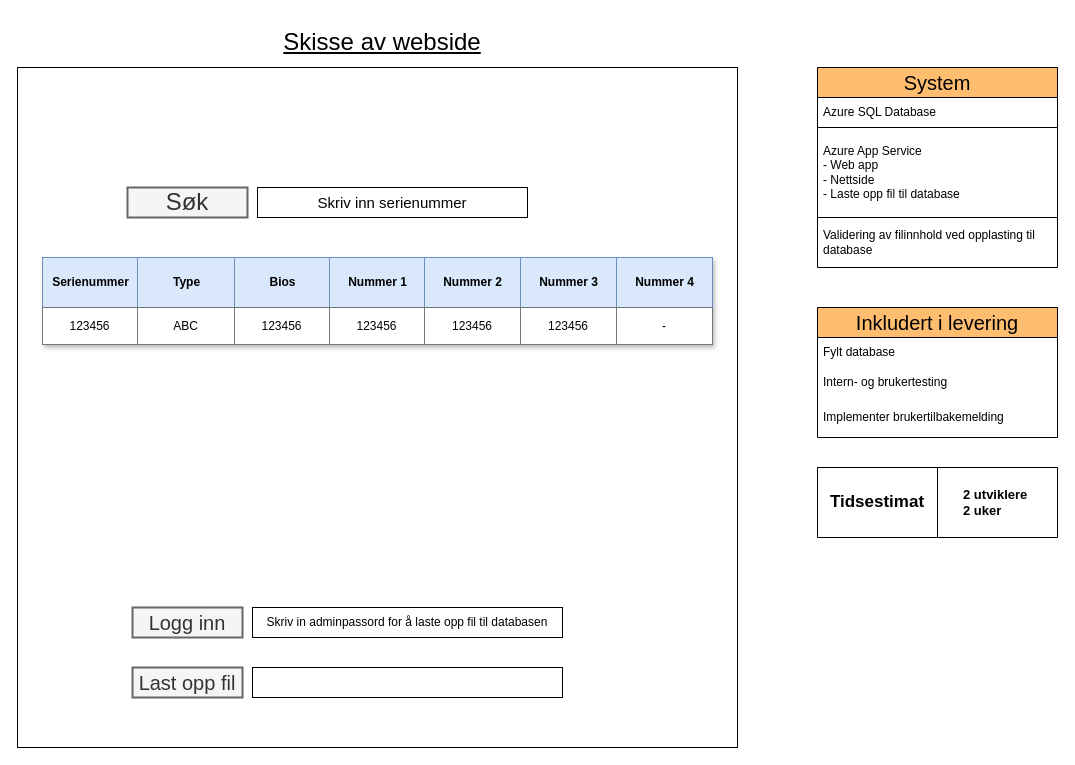
Earlier version of the draw.io diagram Forsvaret_interface.drawio (MathiasThoresenPaasche/draw_io). Source tidied: cells renumbered, new cells numbered last; positions are measured from the earlier drawing's top-left corner, leaving out a move shared by most shapes. Both pictures are drawn from the tidied source at 100%, with x=0, y=0 at pixel (17, 17).
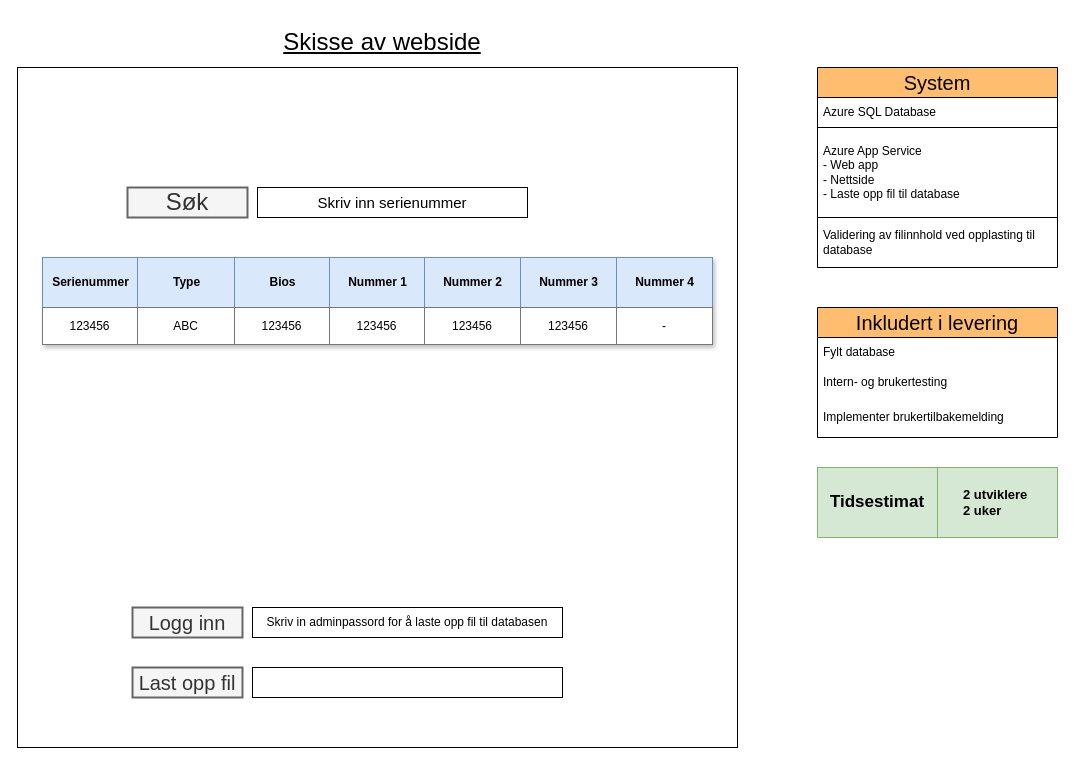
The same page after the edit.

Diff of the diagram source:
```diff
@@
-    <mxCell id="35" style="shape=table;startSize=0;childLayout=tableLayout;" parent="1" vertex="1">
+    <mxCell id="35" style="shape=table;startSize=0;childLayout=tableLayout;fillColor=#d5e8d4;strokeColor=#82b366;" parent="1" vertex="1">
       <mxGeometry x="800" y="450" width="240" height="70" as="geometry" />
     </mxCell>
```
